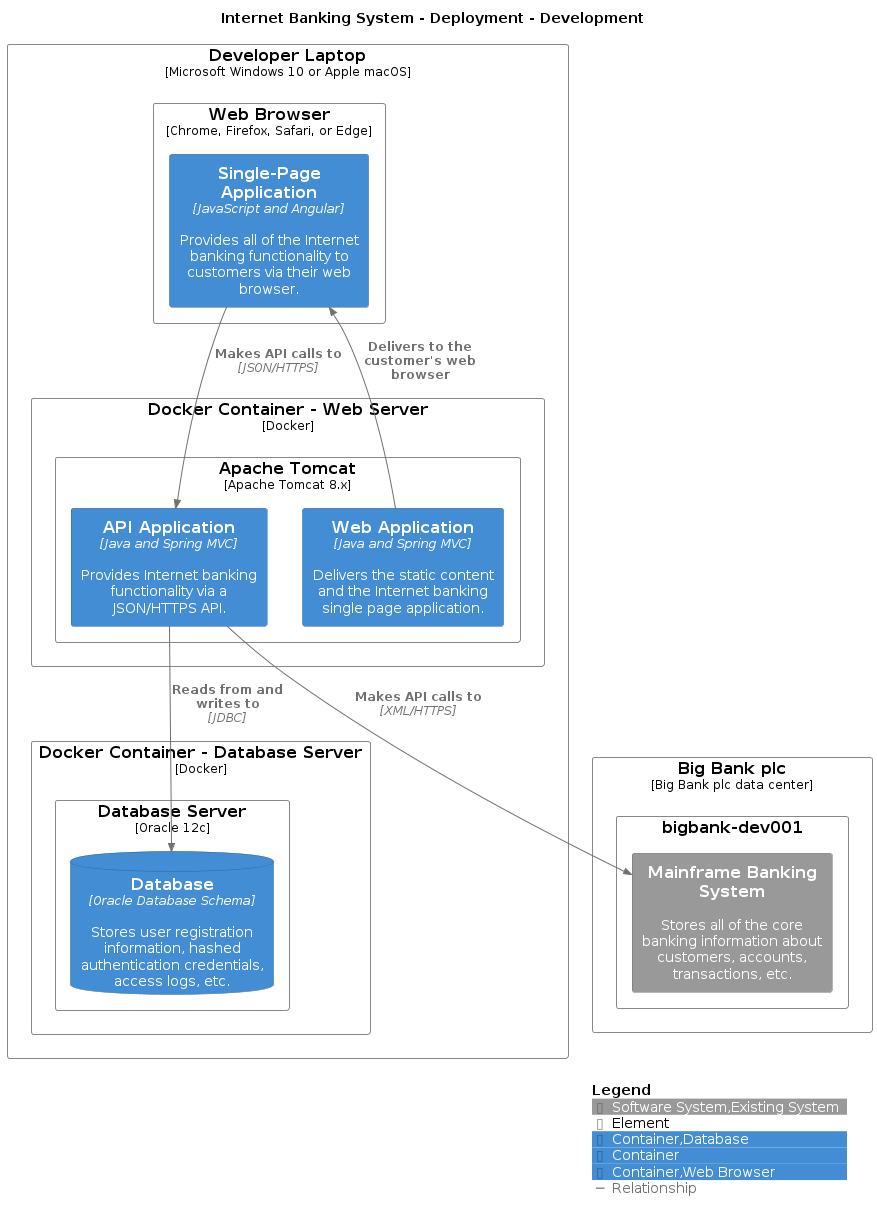
Earlier version of the PlantUML export main/png/DevelopmentDeployment.png (avisi-cloud/structurizr-site-generatr).
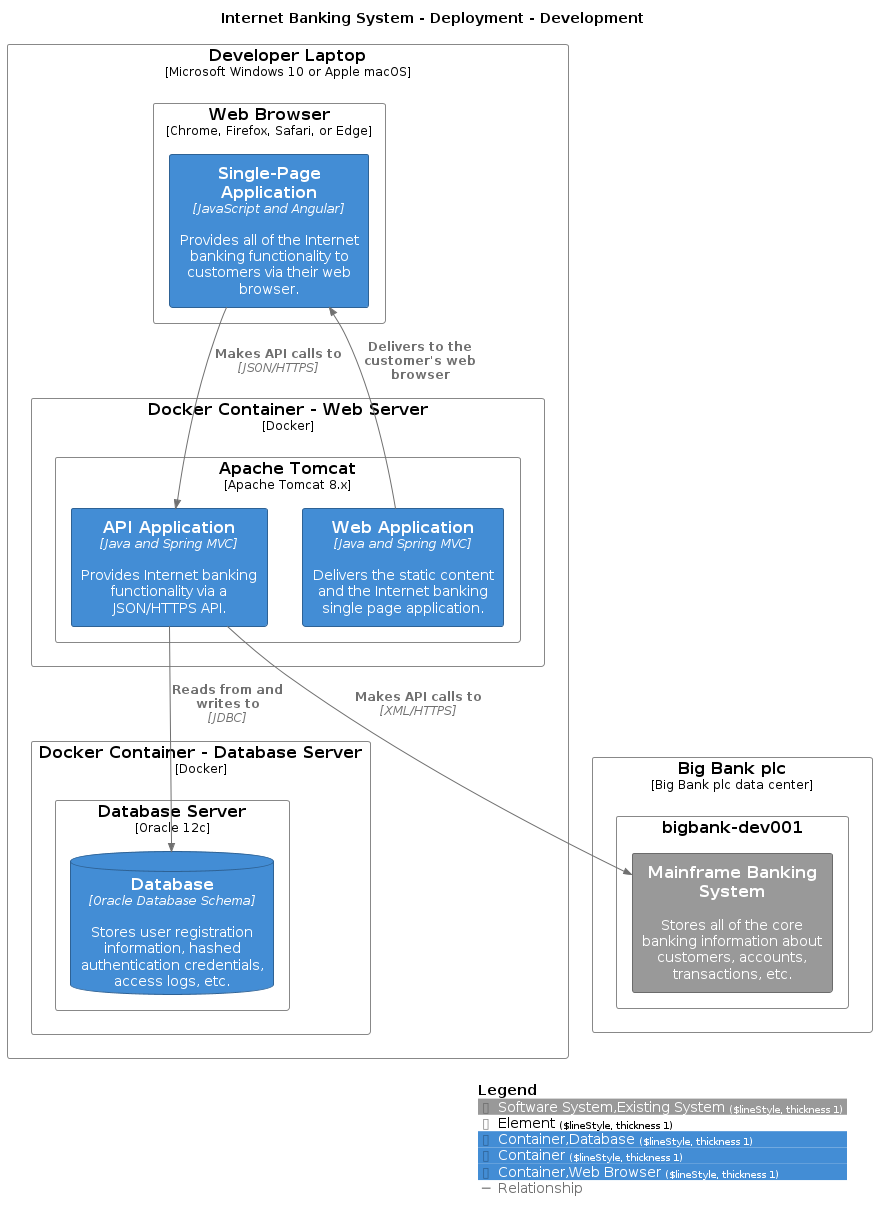
The same diagram one commit later.

What changed in the source:
```diff
@@ -9,29 +9,29 @@
 !include <C4/C4_Container>
 !include <C4/C4_Deployment>
 
-AddElementTag("Software System,Existing System", $bgColor="#999999", $borderColor="#6b6b6b", $fontColor="#ffffff", $sprite="", $shadowing="")
-AddElementTag("Element", $bgColor="#ffffff", $borderColor="#888888", $fontColor="#000000", $sprite="", $shadowing="")
-AddElementTag("Container,Database", $bgColor="#438dd5", $borderColor="#2e6295", $fontColor="#ffffff", $sprite="", $shadowing="")
-AddElementTag("Container", $bgColor="#438dd5", $borderColor="#2e6295", $fontColor="#ffffff", $sprite="", $shadowing="")
-AddElementTag("Container,Web Browser", $bgColor="#438dd5", $borderColor="#2e6295", $fontColor="#ffffff", $sprite="", $shadowing="")
+AddElementTag("Software System,Existing System", $bgColor="#999999", $borderColor="#6b6b6b", $fontColor="#ffffff", $sprite="", $shadowing="", $borderStyle="Solid", $borderThickness="1")
+AddElementTag("Element", $bgColor="#ffffff", $borderColor="#888888", $fontColor="#000000", $sprite="", $shadowing="", $borderStyle="Solid", $borderThickness="1")
+AddElementTag("Container,Database", $bgColor="#438dd5", $borderColor="#2e6295", $fontColor="#ffffff", $sprite="", $shadowing="", $borderStyle="Solid", $borderThickness="1")
+AddElementTag("Container", $bgColor="#438dd5", $borderColor="#2e6295", $fontColor="#ffffff", $sprite="", $shadowing="", $borderStyle="Solid", $borderThickness="1")
+AddElementTag("Container,Web Browser", $bgColor="#438dd5", $borderColor="#2e6295", $fontColor="#ffffff", $sprite="", $shadowing="", $borderStyle="Solid", $borderThickness="1")
 
 AddRelTag("Relationship", $textColor="#707070", $lineColor="#707070", $lineStyle = "")
 
-Deployment_Node(Development.DeveloperLaptop, "Developer Laptop", $type="Microsoft Windows 10 or Apple macOS", $tags="Element", $link="") {
-  Deployment_Node(Development.DeveloperLaptop.WebBrowser, "Web Browser", $type="Chrome, Firefox, Safari, or Edge", $tags="Element", $link="") {
+Deployment_Node(Development.DeveloperLaptop, "Developer Laptop", $type="Microsoft Windows 10 or Apple macOS", $descr="", $tags="Element", $link="") {
+  Deployment_Node(Development.DeveloperLaptop.WebBrowser, "Web Browser", $type="Chrome, Firefox, Safari, or Edge", $descr="", $tags="Element", $link="") {
     Container(Development.DeveloperLaptop.WebBrowser.SinglePageApplication_1, "Single-Page Application", $techn="JavaScript and Angular", $descr="Provides all of the Internet banking functionality to customers via their web browser.", $tags="Container,Web Browser", $link="")
   }
 
-  Deployment_Node(Development.DeveloperLaptop.DockerContainerWebServer, "Docker Container - Web Server", $type="Docker", $tags="Element", $link="") {
-    Deployment_Node(Development.DeveloperLaptop.DockerContainerWebServer.ApacheTomcat, "Apache Tomcat", $type="Apache Tomcat 8.x", $tags="Element", $link="") {
+  Deployment_Node(Development.DeveloperLaptop.DockerContainerWebServer, "Docker Container - Web Server", $type="Docker", $descr="", $tags="Element", $link="") {
+    Deployment_Node(Development.DeveloperLaptop.DockerContainerWebServer.ApacheTomcat, "Apache Tomcat", $type="Apache Tomcat 8.x", $descr="", $tags="Element", $link="") {
       Container(Development.DeveloperLaptop.DockerContainerWebServer.ApacheTomcat.WebApplication_1, "Web Application", $techn="Java and Spring MVC", $descr="Delivers the static content and the Internet banking single page application.", $tags="Container", $link="")
       Container(Development.DeveloperLaptop.DockerContainerWebServer.ApacheTomcat.APIApplication_1, "API Application", $techn="Java and Spring MVC", $descr="Provides Internet banking functionality via a JSON/HTTPS API.", $tags="Container", $link="")
     }
 
   }
 
-  Deployment_Node(Development.DeveloperLaptop.DockerContainerDatabaseServer, "Docker Container - Database Server", $type="Docker", $tags="Element", $link="") {
-    Deployment_Node(Development.DeveloperLaptop.DockerContainerDatabaseServer.DatabaseServer, "Database Server", $type="Oracle 12c", $tags="Element", $link="") {
+  Deployment_Node(Development.DeveloperLaptop.DockerContainerDatabaseServer, "Docker Container - Database Server", $type="Docker", $descr="", $tags="Element", $link="") {
+    Deployment_Node(Development.DeveloperLaptop.DockerContainerDatabaseServer.DatabaseServer, "Database Server", $type="Oracle 12c", $descr="", $tags="Element", $link="") {
       ContainerDb(Development.DeveloperLaptop.DockerContainerDatabaseServer.DatabaseServer.Database_1, "Database", $techn="Oracle Database Schema", $descr="Stores user registration information, hashed authentication credentials, access logs, etc.", $tags="Container,Database", $link="")
     }
 
@@ -39,17 +39,17 @@
 
 }
 
-Deployment_Node(Development.BigBankplc, "Big Bank plc", $type="Big Bank plc data center", $tags="Element", $link="") {
-  Deployment_Node(Development.BigBankplc.bigbankdev001, "bigbank-dev001", $type="", $tags="Element", $link="") {
+Deployment_Node(Development.BigBankplc, "Big Bank plc", $type="Big Bank plc data center", $descr="", $tags="Element", $link="") {
+  Deployment_Node(Development.BigBankplc.bigbankdev001, "bigbank-dev001", $type="", $descr="", $tags="Element", $link="") {
     System(Development.BigBankplc.bigbankdev001.MainframeBankingSystem_1, "Mainframe Banking System", $descr="Stores all of the core banking information about customers, accounts, transactions, etc.", $tags="Software System,Existing System", $link="")
   }
 
 }
 
-Rel_D(Development.DeveloperLaptop.DockerContainerWebServer.ApacheTomcat.WebApplication_1, Development.DeveloperLaptop.WebBrowser.SinglePageApplication_1, "Delivers to the customer's web browser", $techn="", $tags="Relationship", $link="")
-Rel_D(Development.DeveloperLaptop.WebBrowser.SinglePageApplication_1, Development.DeveloperLaptop.DockerContainerWebServer.ApacheTomcat.APIApplication_1, "Makes API calls to", $techn="JSON/HTTPS", $tags="Relationship", $link="")
-Rel_D(Development.DeveloperLaptop.DockerContainerWebServer.ApacheTomcat.APIApplication_1, Development.DeveloperLaptop.DockerContainerDatabaseServer.DatabaseServer.Database_1, "Reads from and writes to", $techn="JDBC", $tags="Relationship", $link="")
-Rel_D(Development.DeveloperLaptop.DockerContainerWebServer.ApacheTomcat.APIApplication_1, Development.BigBankplc.bigbankdev001.MainframeBankingSystem_1, "Makes API calls to", $techn="XML/HTTPS", $tags="Relationship", $link="")
+Rel(Development.DeveloperLaptop.DockerContainerWebServer.ApacheTomcat.WebApplication_1, Development.DeveloperLaptop.WebBrowser.SinglePageApplication_1, "Delivers to the customer's web browser", $techn="", $tags="Relationship", $link="")
+Rel(Development.DeveloperLaptop.WebBrowser.SinglePageApplication_1, Development.DeveloperLaptop.DockerContainerWebServer.ApacheTomcat.APIApplication_1, "Makes API calls to", $techn="JSON/HTTPS", $tags="Relationship", $link="")
+Rel(Development.DeveloperLaptop.DockerContainerWebServer.ApacheTomcat.APIApplication_1, Development.DeveloperLaptop.DockerContainerDatabaseServer.DatabaseServer.Database_1, "Reads from and writes to", $techn="JDBC", $tags="Relationship", $link="")
+Rel(Development.DeveloperLaptop.DockerContainerWebServer.ApacheTomcat.APIApplication_1, Development.BigBankplc.bigbankdev001.MainframeBankingSystem_1, "Makes API calls to", $techn="XML/HTTPS", $tags="Relationship", $link="")
 
 SHOW_LEGEND(true)
 @enduml
```
